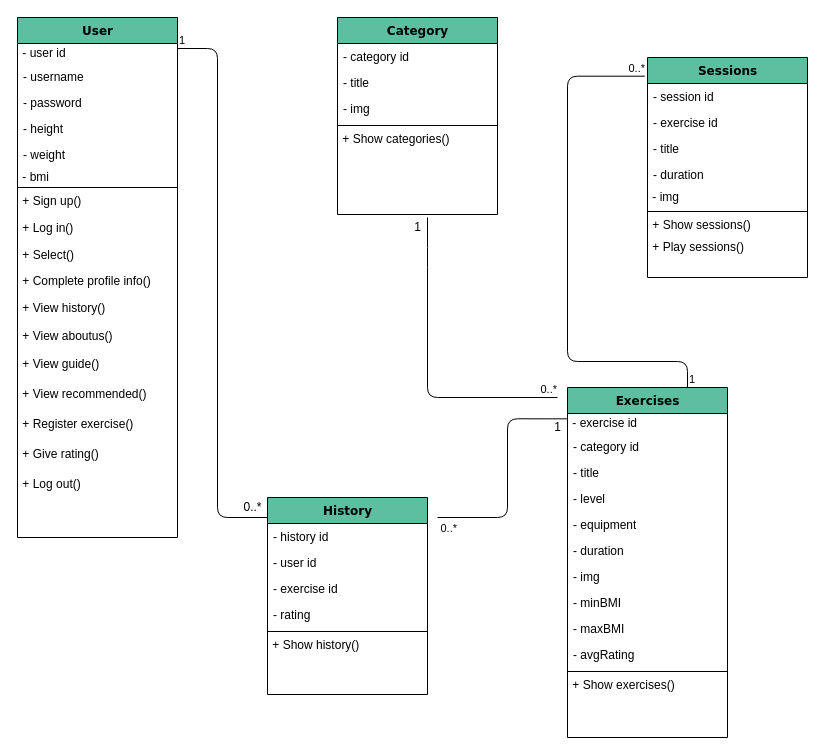
Above: Docs./ClassDiagram.drawio in ShadiMe-flutter/Workout (draw.io), before the change. Source tidied: cells renumbered, new cells numbered last; positions are measured from the earlier drawing's top-left corner, leaving out a move shared by most shapes. Both pictures are drawn from the tidied source at 100%, with x=0, y=0 at pixel (17, 17).
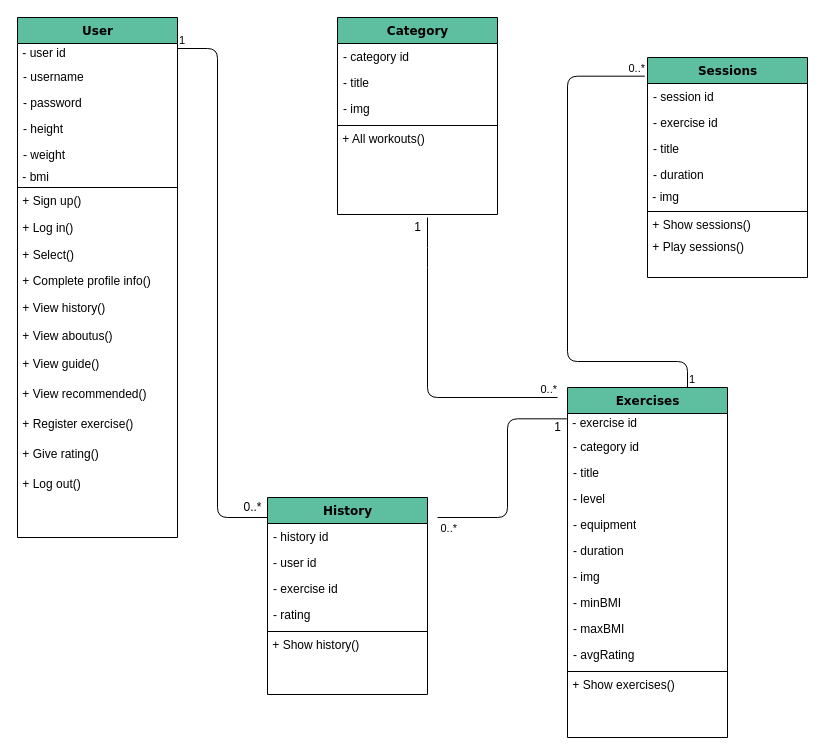
The same diagram, later.

Unchanged cells that the change refers to:
```xml
<mxCell id="34" value="Category" style="swimlane;html=1;fontStyle=1;align=center;verticalAlign=top;horizontal=1;startSize=26;swimlaneFillColor=#ffffff;rounded=0;shadow=0;comic=0;labelBackgroundColor=none;strokeWidth=1;fontFamily=Verdana;fontSize=12;fillColor=#5EBEA0;" parent="1" vertex="1">
  <mxGeometry x="320" width="160" height="197" as="geometry" />
</mxCell>
```

The edit, as a diff of the source:
```diff
@@
-    <mxCell id="39" value="&amp;nbsp;+ Show categories()" style="text;html=1;strokeColor=none;fillColor=none;align=left;verticalAlign=middle;whiteSpace=wrap;rounded=0;" parent="34" vertex="1">
+    <mxCell id="39" value="&amp;nbsp;+ All workouts()" style="text;html=1;strokeColor=none;fillColor=none;align=left;verticalAlign=middle;whiteSpace=wrap;rounded=0;" parent="34" vertex="1">
       <mxGeometry y="112" width="160" height="20" as="geometry" />
     </mxCell>
```
